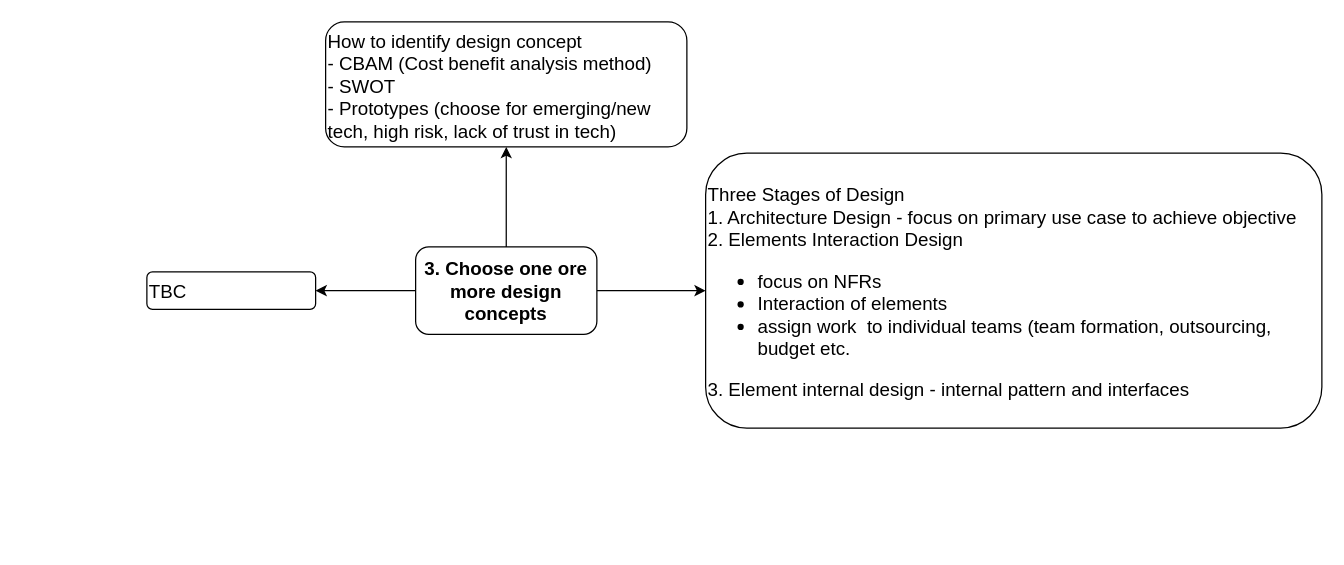
Above: page "3.DesignConcepts" (4 of 4) of SolutionArchitectureProcess.drawio in Gaur4vGaur/probable-octo (draw.io), before the change. Source tidied: cells renumbered, new cells numbered last; positions are measured from the earlier drawing's top-left corner, leaving out a move shared by most shapes. Both pictures are drawn from the tidied source at 125%, with x=0, y=0 at pixel (146, 21).
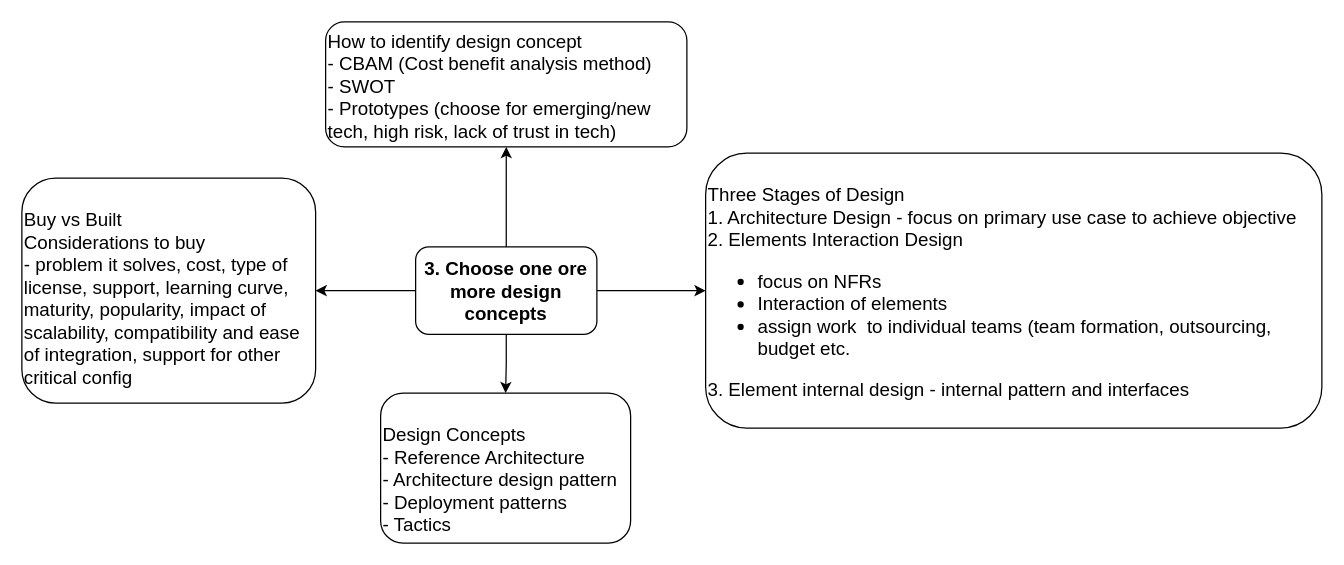
The same page after the edit.

What changed in the source:
```diff
@@
 <mxGraphModel>
   <root>
     <mxCell id="0" />
     <mxCell id="1" parent="0" />
     <mxCell id="2" style="edgeStyle=orthogonalEdgeStyle;rounded=0;jettySize=auto;html=1;fontFamily=Helvetica;fontSize=15;fontColor=default;" parent="1" edge="1" source="5" target="6">
       <mxGeometry relative="1" as="geometry" />
     </mxCell>
     <mxCell id="3" style="edgeStyle=orthogonalEdgeStyle;rounded=0;jettySize=auto;html=1;fontFamily=Helvetica;fontSize=15;fontColor=default;" parent="1" edge="1" source="5" target="7">
       <mxGeometry relative="1" as="geometry" />
     </mxCell>
     <mxCell id="4" style="edgeStyle=orthogonalEdgeStyle;rounded=0;jettySize=auto;html=1;fontFamily=Helvetica;fontSize=15;fontColor=default;" parent="1" edge="1" source="5" target="8">
       <mxGeometry relative="1" as="geometry" />
     </mxCell>
+    <mxCell id="9" style="edgeStyle=orthogonalEdgeStyle;rounded=0;jettySize=auto;html=1;entryX=0.5;entryY=0;entryDx=0;entryDy=0;" parent="1" edge="1" source="5" target="10">
+      <mxGeometry relative="1" as="geometry" />
+    </mxCell>
     <mxCell id="5" value="3. Choose one ore more design concepts" style="rounded=1;whiteSpace=wrap;html=1;fontSize=15;fontStyle=1;" parent="1" vertex="1">
       <mxGeometry x="215" y="180" width="145" height="70" as="geometry" />
     </mxCell>
-    <mxCell id="6" value="&lt;span style=&quot;font-weight: normal;&quot;&gt;TBC&lt;br&gt;&lt;/span&gt;" style="whiteSpace=wrap;html=1;fontSize=15;rounded=1;fontStyle=1;align=left;verticalAlign=top;" parent="1" vertex="1">
-      <mxGeometry y="200" width="135" height="30" as="geometry" />
+    <mxCell id="6" value="&lt;span style=&quot;font-weight: normal;&quot;&gt;&lt;br&gt;Buy vs Built&lt;br&gt;Considerations to buy&lt;br&gt;- problem it solves, cost, type of license, support, learning curve, maturity, popularity, impact of scalability, compatibility and ease of integration, support for other critical config&lt;br&gt;&lt;/span&gt;" style="whiteSpace=wrap;html=1;fontSize=15;rounded=1;fontStyle=1;align=left;verticalAlign=top;" parent="1" vertex="1">
+      <mxGeometry x="-100" y="125" width="235" height="180" as="geometry" />
     </mxCell>
     <mxCell id="7" value="How to identify design concept&lt;br&gt;- CBAM (Cost benefit analysis method)&lt;br&gt;- SWOT&lt;br&gt;- Prototypes (choose for emerging/new tech, high risk, lack of trust in tech)" style="whiteSpace=wrap;html=1;fontSize=15;rounded=1;fontStyle=0;align=left;verticalAlign=top;" parent="1" vertex="1">
       <mxGeometry x="143" width="289" height="100" as="geometry" />
     </mxCell>
     <mxCell id="8" value="&lt;span style=&quot;font-weight: normal;&quot;&gt;&lt;br&gt;Three Stages of Design&lt;br&gt;1. Architecture Design - focus on primary use case to achieve objective&lt;br&gt;2. Elements Interaction Design&lt;br&gt;&lt;ul&gt;&lt;li&gt;&lt;span style=&quot;font-weight: normal;&quot;&gt;focus on NFRs&lt;/span&gt;&lt;/li&gt;&lt;li&gt;&lt;span style=&quot;font-weight: normal;&quot;&gt;Interaction of elements&lt;/span&gt;&lt;/li&gt;&lt;li&gt;&lt;span style=&quot;font-weight: normal;&quot;&gt;assign work&amp;nbsp; to individual teams (team formation, outsourcing, budget etc.&lt;/span&gt;&lt;/li&gt;&lt;/ul&gt;&lt;div&gt;3. Element internal design - internal pattern and interfaces&lt;/div&gt;&lt;/span&gt;" style="whiteSpace=wrap;html=1;fontSize=15;rounded=1;fontStyle=1;align=left;verticalAlign=top;" parent="1" vertex="1">
       <mxGeometry x="447" y="105" width="493" height="220" as="geometry" />
     </mxCell>
+    <mxCell id="10" value="&lt;span style=&quot;font-weight: normal;&quot;&gt;&lt;br&gt;Design Concepts&lt;br&gt;- Reference Architecture&lt;br&gt;- Architecture design pattern&lt;br&gt;- Deployment patterns&lt;br&gt;- Tactics&lt;br&gt;&lt;/span&gt;" style="whiteSpace=wrap;html=1;fontSize=15;rounded=1;fontStyle=1;align=left;verticalAlign=top;" parent="1" vertex="1">
+      <mxGeometry x="187" y="297" width="200" height="120" as="geometry" />
+    </mxCell>
   </root>
 </mxGraphModel>
```
